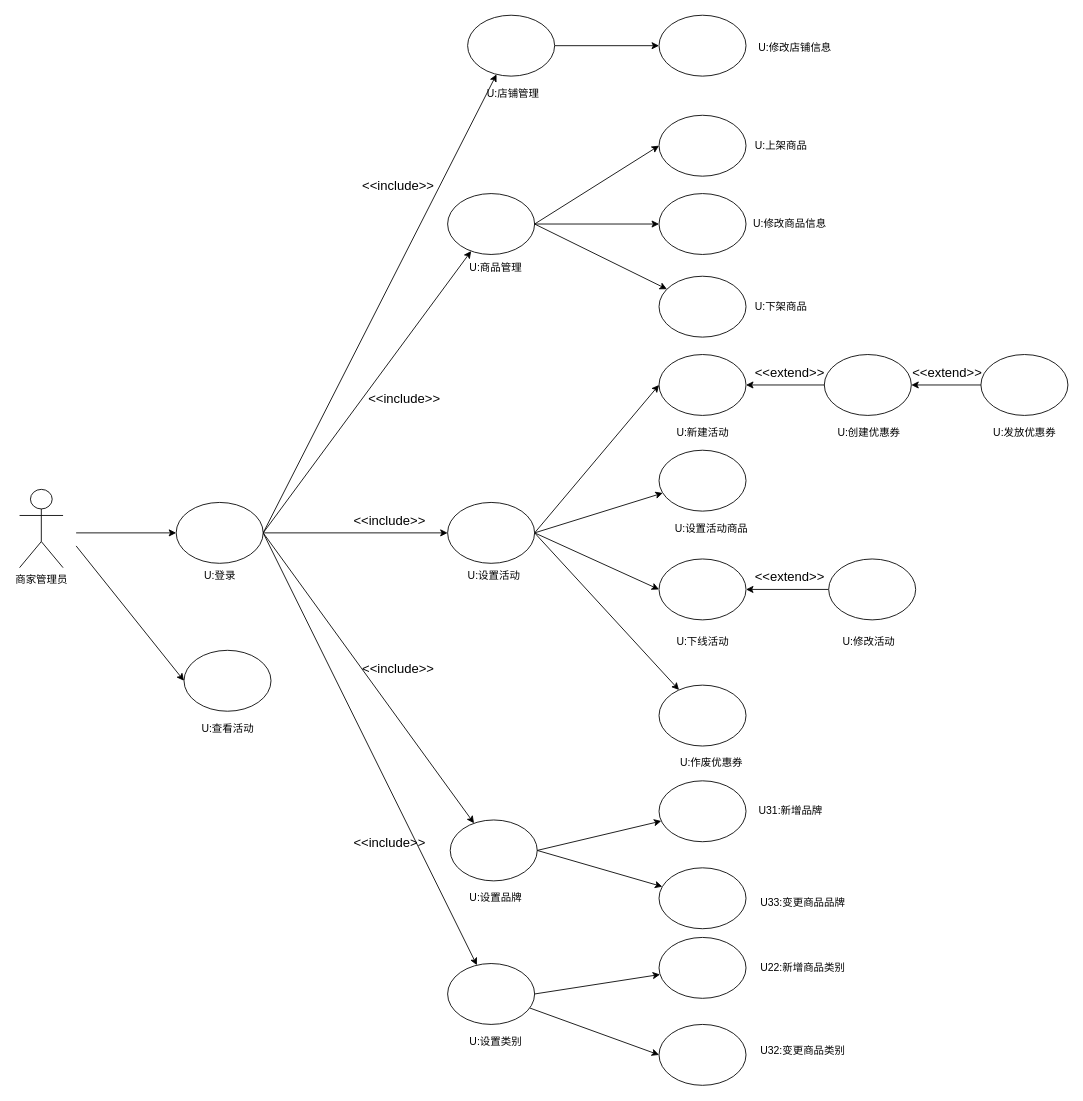
app1echip/grams keeps this draw.io diagram as 软工导论小组作业/需求建模之用例模型（商品模块-商家管理员）.drawio. Above is the earlier version. Source tidied: cells renumbered, new cells numbered last; positions are measured from the earlier drawing's top-left corner, leaving out a move shared by most shapes. Both pictures are drawn from the tidied source at 87%, with x=0, y=0 at pixel (19, 15).
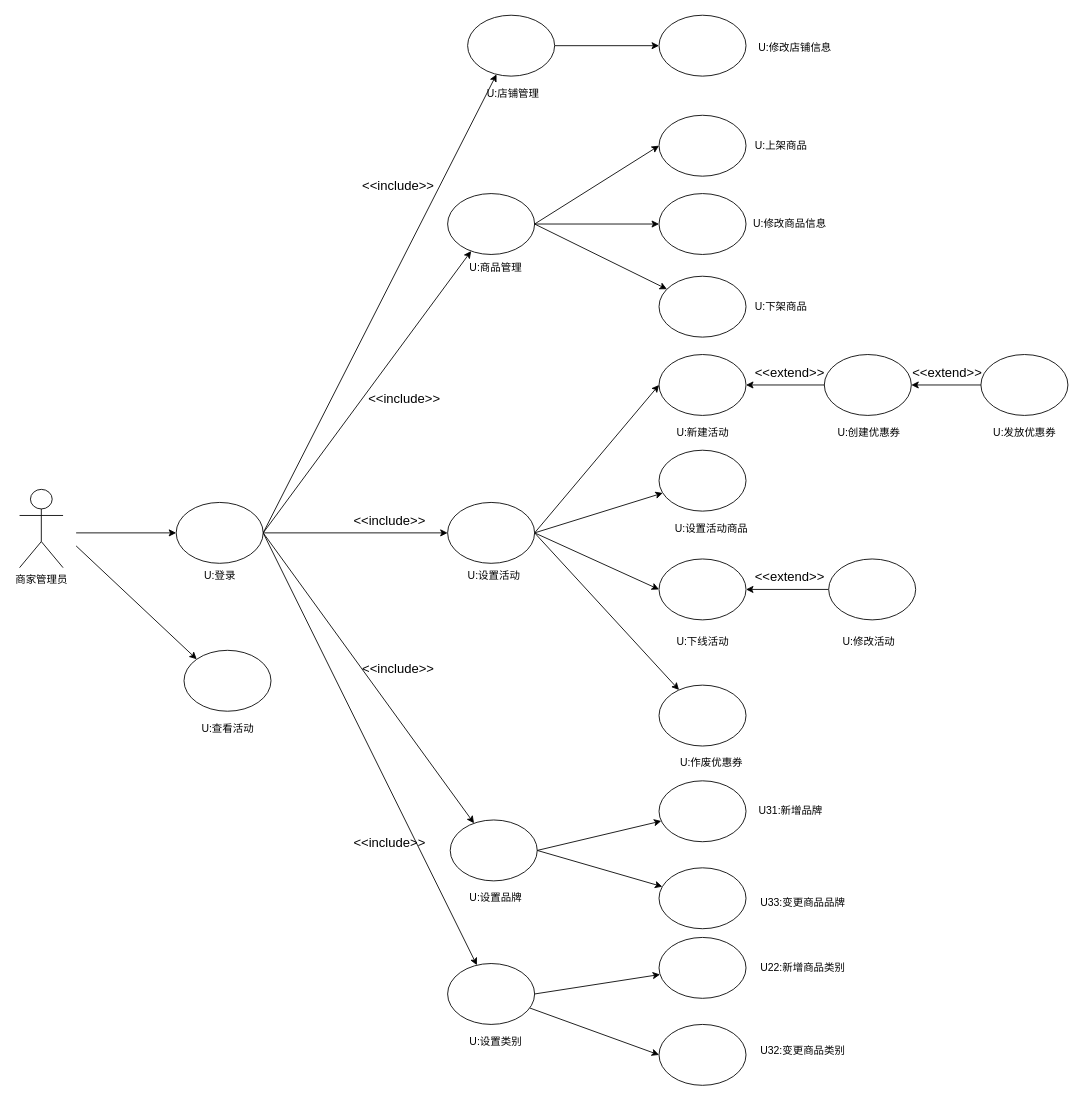
The same page after the edit.

Commit message (it also covers changes not shown here):
Update 需求建模之用例模型（商品模块-商家管理员）.drawio

The change refers to these unchanged cells:
```xml
<mxCell id="13" style="ellipse;whiteSpace=wrap;html=1;" parent="1" vertex="1">
  <mxGeometry x="189" y="730" width="100" height="70" as="geometry" />
</mxCell>
```

What changed in the source:
```diff
@@
-    <mxCell id="12" style="edgeStyle=none;rounded=0;jettySize=auto;html=1;startArrow=classic;startFill=1;endArrow=none;endFill=0;exitX=0;exitY=0.5;exitDx=0;exitDy=0;" parent="1" edge="1" source="13">
+    <mxCell id="12" style="edgeStyle=none;rounded=0;jettySize=auto;html=1;startArrow=classic;startFill=1;endArrow=none;endFill=0;exitX=0;exitY=0;exitDx=0;exitDy=0;" parent="1" edge="1" source="13">
       <mxGeometry relative="1" as="geometry">
         <mxPoint x="65" y="610" as="targetPoint" />
       </mxGeometry>
     </mxCell>
```
